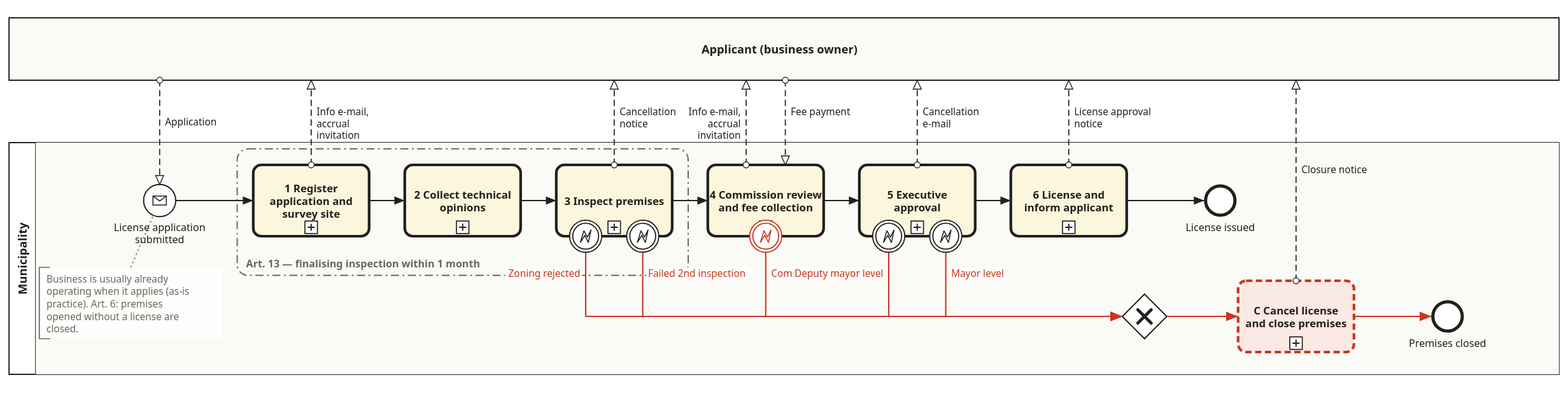
Before: diagrams/v2/00-overview.svg, a diagram exported from BPMN (alphanAkbulut/public-service-license-process-bpmn2.0-case). Its source is kept beside it as model/v2/00-overview.bpmn. Ids are renumbered.
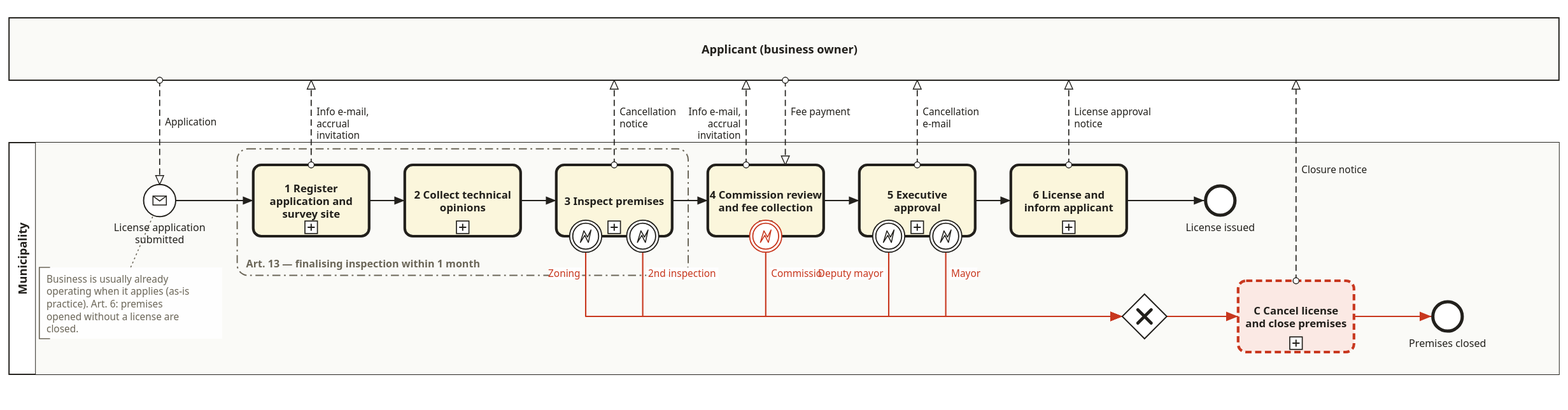
Later version of the same file.

Commit message:
Shorten overview cancellation labels so they no longer overlap

Claude-Session: https://claude.ai/code/session_011i5sQ1rqkt6mVbp4BCYgze

Change to the diagram source:
```diff
@@ -92,11 +92,11 @@
     <bpmn:sequenceFlow id="P0_Flow_4" sourceRef="P0_C4" targetRef="P0_C5" />
     <bpmn:sequenceFlow id="P0_Flow_5" sourceRef="P0_C5" targetRef="P0_C6" />
     <bpmn:sequenceFlow id="P0_Flow_6" sourceRef="P0_C6" targetRef="P0_E0" />
-    <bpmn:sequenceFlow id="P0_Flow_7" name="Zoning rejected" sourceRef="P0_B3a" targetRef="P0_GC" />
-    <bpmn:sequenceFlow id="P0_Flow_8" name="Failed 2nd inspection" sourceRef="P0_B3b" targetRef="P0_GC" />
-    <bpmn:sequenceFlow id="P0_Flow_9" name="Commission rejected" sourceRef="P0_B4" targetRef="P0_GC" />
-    <bpmn:sequenceFlow id="P0_Flow_10" name="Deputy mayor level" sourceRef="P0_B5a" targetRef="P0_GC" />
-    <bpmn:sequenceFlow id="P0_Flow_11" name="Mayor level" sourceRef="P0_B5b" targetRef="P0_GC" />
+    <bpmn:sequenceFlow id="P0_Flow_7" name="Zoning" sourceRef="P0_B3a" targetRef="P0_GC" />
+    <bpmn:sequenceFlow id="P0_Flow_8" name="2nd inspection" sourceRef="P0_B3b" targetRef="P0_GC" />
+    <bpmn:sequenceFlow id="P0_Flow_9" name="Commission" sourceRef="P0_B4" targetRef="P0_GC" />
+    <bpmn:sequenceFlow id="P0_Flow_10" name="Deputy mayor" sourceRef="P0_B5a" targetRef="P0_GC" />
+    <bpmn:sequenceFlow id="P0_Flow_11" name="Mayor" sourceRef="P0_B5b" targetRef="P0_GC" />
     <bpmn:sequenceFlow id="P0_Flow_12" sourceRef="P0_GC" targetRef="P0_C7" />
     <bpmn:sequenceFlow id="P0_Flow_13" sourceRef="P0_C7" targetRef="P0_EC" />
     <bpmn:textAnnotation id="P0_a1"><bpmn:text>Business is usually already operating when it applies (as-is practice). Art. 6: premises opened without a license are closed.</bpmn:text></bpmn:textAnnotation>
@@ -131,11 +131,11 @@
       <bpmndi:BPMNEdge id="P0_Flow_4_di" bpmnElement="P0_Flow_4"><di:waypoint x="924" y="225" /><di:waypoint x="964" y="225" /></bpmndi:BPMNEdge>
       <bpmndi:BPMNEdge id="P0_Flow_5_di" bpmnElement="P0_Flow_5"><di:waypoint x="1094" y="225" /><di:waypoint x="1134" y="225" /></bpmndi:BPMNEdge>
       <bpmndi:BPMNEdge id="P0_Flow_6_di" bpmnElement="P0_Flow_6"><di:waypoint x="1264" y="225" /><di:waypoint x="1351" y="225" /></bpmndi:BPMNEdge>
-      <bpmndi:BPMNEdge id="P0_Flow_7_di" bpmnElement="P0_Flow_7" bioc:stroke="#c8371e"><di:waypoint x="657" y="283" /><di:waypoint x="657" y="355" /><di:waypoint x="1259" y="355" /><bpmndi:BPMNLabel><dc:Bounds x="568" y="300" width="82" height="14" /></bpmndi:BPMNLabel></bpmndi:BPMNEdge>
-      <bpmndi:BPMNEdge id="P0_Flow_8_di" bpmnElement="P0_Flow_8" bioc:stroke="#c8371e"><di:waypoint x="721" y="283" /><di:waypoint x="721" y="355" /><di:waypoint x="1259" y="355" /><bpmndi:BPMNLabel><dc:Bounds x="727" y="300" width="116" height="14" /></bpmndi:BPMNLabel></bpmndi:BPMNEdge>
-      <bpmndi:BPMNEdge id="P0_Flow_9_di" bpmnElement="P0_Flow_9" bioc:stroke="#c8371e"><di:waypoint x="859" y="283" /><di:waypoint x="859" y="355" /><di:waypoint x="1259" y="355" /><bpmndi:BPMNLabel><dc:Bounds x="865" y="300" width="104" height="14" /></bpmndi:BPMNLabel></bpmndi:BPMNEdge>
-      <bpmndi:BPMNEdge id="P0_Flow_10_di" bpmnElement="P0_Flow_10" bioc:stroke="#c8371e"><di:waypoint x="997" y="283" /><di:waypoint x="997" y="355" /><di:waypoint x="1259" y="355" /><bpmndi:BPMNLabel><dc:Bounds x="892" y="300" width="99" height="14" /></bpmndi:BPMNLabel></bpmndi:BPMNEdge>
-      <bpmndi:BPMNEdge id="P0_Flow_11_di" bpmnElement="P0_Flow_11" bioc:stroke="#c8371e"><di:waypoint x="1061" y="283" /><di:waypoint x="1061" y="355" /><di:waypoint x="1259" y="355" /><bpmndi:BPMNLabel><dc:Bounds x="1067" y="300" width="60" height="14" /></bpmndi:BPMNLabel></bpmndi:BPMNEdge>
+      <bpmndi:BPMNEdge id="P0_Flow_7_di" bpmnElement="P0_Flow_7" bioc:stroke="#c8371e"><di:waypoint x="657" y="283" /><di:waypoint x="657" y="355" /><di:waypoint x="1259" y="355" /><bpmndi:BPMNLabel><dc:Bounds x="618" y="300" width="33" height="14" /></bpmndi:BPMNLabel></bpmndi:BPMNEdge>
+      <bpmndi:BPMNEdge id="P0_Flow_8_di" bpmnElement="P0_Flow_8" bioc:stroke="#c8371e"><di:waypoint x="721" y="283" /><di:waypoint x="721" y="355" /><di:waypoint x="1259" y="355" /><bpmndi:BPMNLabel><dc:Bounds x="727" y="300" width="77" height="14" /></bpmndi:BPMNLabel></bpmndi:BPMNEdge>
+      <bpmndi:BPMNEdge id="P0_Flow_9_di" bpmnElement="P0_Flow_9" bioc:stroke="#c8371e"><di:waypoint x="859" y="283" /><di:waypoint x="859" y="355" /><di:waypoint x="1259" y="355" /><bpmndi:BPMNLabel><dc:Bounds x="865" y="300" width="55" height="14" /></bpmndi:BPMNLabel></bpmndi:BPMNEdge>
+      <bpmndi:BPMNEdge id="P0_Flow_10_di" bpmnElement="P0_Flow_10" bioc:stroke="#c8371e"><di:waypoint x="997" y="283" /><di:waypoint x="997" y="355" /><di:waypoint x="1259" y="355" /><bpmndi:BPMNLabel><dc:Bounds x="925" y="300" width="66" height="14" /></bpmndi:BPMNLabel></bpmndi:BPMNEdge>
+      <bpmndi:BPMNEdge id="P0_Flow_11_di" bpmnElement="P0_Flow_11" bioc:stroke="#c8371e"><di:waypoint x="1061" y="283" /><di:waypoint x="1061" y="355" /><di:waypoint x="1259" y="355" /><bpmndi:BPMNLabel><dc:Bounds x="1067" y="300" width="28" height="14" /></bpmndi:BPMNLabel></bpmndi:BPMNEdge>
       <bpmndi:BPMNEdge id="P0_Flow_12_di" bpmnElement="P0_Flow_12" bioc:stroke="#c8371e"><di:waypoint x="1309" y="355" /><di:waypoint x="1389" y="355" /></bpmndi:BPMNEdge>
       <bpmndi:BPMNEdge id="P0_Flow_13_di" bpmnElement="P0_Flow_13" bioc:stroke="#c8371e"><di:waypoint x="1519" y="355" /><di:waypoint x="1606" y="355" /></bpmndi:BPMNEdge>
       <bpmndi:BPMNShape id="P0_g1_di" bpmnElement="P0_g1"><dc:Bounds x="266" y="167" width="506" height="142" /><bpmndi:BPMNLabel><dc:Bounds x="274" y="287" width="264" height="16" /></bpmndi:BPMNLabel></bpmndi:BPMNShape>
```
